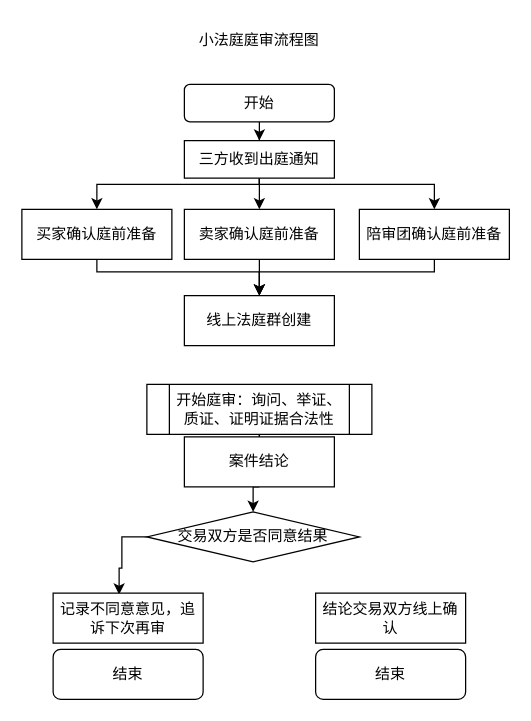
The draw.io diagram 小法庭庭审流程图.drawio in kokyjoky/testRealm, before the edit. Source tidied: cells renumbered, new cells numbered last; positions are measured from the earlier drawing's top-left corner, leaving out a move shared by most shapes. Both pictures are drawn from the tidied source at 125%, with x=0, y=0 at pixel (21, 21).
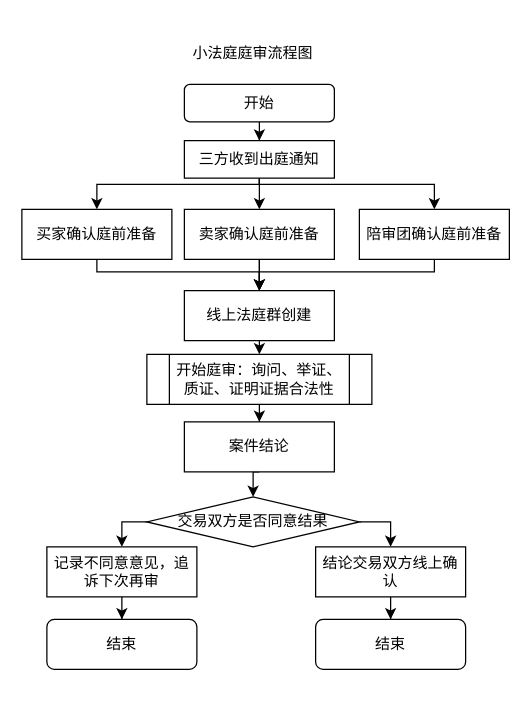
After the change.

Commit message (it also covers changes not shown here):
更新小法庭庭审流程图.drawio

Unchanged cells that the change refers to:
```xml
<mxCell id="10" value="卖家确认庭前准备" style="rounded=0;whiteSpace=wrap;html=1;" parent="1" vertex="1">
  <mxGeometry x="130" y="150" width="120" height="40" as="geometry" />
</mxCell>
```

Diff of the diagram source:
```diff
@@
     <mxCell id="4" value="小法庭庭审流程图" style="text;html=1;strokeColor=none;fillColor=none;align=center;verticalAlign=middle;whiteSpace=wrap;rounded=0;" parent="1" vertex="1">
-      <mxGeometry x="125" width="130" height="30" as="geometry" />
+      <mxGeometry x="120" y="10" width="130" height="30" as="geometry" />
     </mxCell>
@@
+    <mxCell id="26" style="edgeStyle=orthogonalEdgeStyle;rounded=0;jettySize=auto;html=1;" parent="1" edge="1" source="10" target="17">
+      <mxGeometry relative="1" as="geometry" />
+    </mxCell>
@@
     <mxCell id="15" value="线上法庭群创建" style="rounded=0;whiteSpace=wrap;html=1;" parent="1" vertex="1">
-      <mxGeometry x="130" y="219" width="120" height="40" as="geometry" />
+      <mxGeometry x="130" y="215" width="120" height="40" as="geometry" />
     </mxCell>
@@
     <mxCell id="17" value="开始庭审：询问、举证、质证、证明证据合法性" style="shape=process;whiteSpace=wrap;html=1;backgroundOutline=1;" parent="1" vertex="1">
-      <mxGeometry x="100" y="290" width="180" height="40" as="geometry" />
+      <mxGeometry x="100" y="266" width="180" height="40" as="geometry" />
     </mxCell>
     <mxCell id="18" style="edgeStyle=orthogonalEdgeStyle;rounded=0;orthogonalLoop=1;jettySize=auto;html=1;entryX=0.5;entryY=0;entryDx=0;entryDy=0;" parent="1" edge="1">
       <mxGeometry relative="1" as="geometry">
-        <mxPoint x="190" y="372" as="sourcePoint" />
-        <mxPoint x="185" y="392" as="targetPoint" />
+        <mxPoint x="190" y="360" as="sourcePoint" />
+        <mxPoint x="185" y="380" as="targetPoint" />
       </mxGeometry>
     </mxCell>
     <mxCell id="19" value="案件结论" style="rounded=0;whiteSpace=wrap;html=1;" parent="1" vertex="1">
-      <mxGeometry x="130" y="332" width="120" height="40" as="geometry" />
+      <mxGeometry x="130" y="320" width="120" height="40" as="geometry" />
     </mxCell>
-    <mxCell id="20" style="edgeStyle=orthogonalEdgeStyle;rounded=0;jettySize=auto;html=1;entryX=0.44;entryY=0.03;entryDx=0;entryDy=0;entryPerimeter=0;" parent="1" edge="1" source="21" target="22">
+    <mxCell id="20" style="edgeStyle=orthogonalEdgeStyle;rounded=0;jettySize=auto;html=1;entryX=0.5;entryY=0;entryDx=0;entryDy=0;" parent="1" edge="1" source="21" target="22">
       <mxGeometry relative="1" as="geometry">
         <Array as="points">
-          <mxPoint x="80" y="412" />
-          <mxPoint x="80" y="437" />
-          <mxPoint x="78" y="437" />
+          <mxPoint x="80" y="400" />
         </Array>
       </mxGeometry>
     </mxCell>
+    <mxCell id="27" style="edgeStyle=orthogonalEdgeStyle;rounded=0;jettySize=auto;html=1;" parent="1" edge="1" source="21" target="23">
+      <mxGeometry relative="1" as="geometry">
+        <Array as="points">
+          <mxPoint x="290" y="400" />
+          <mxPoint x="290" y="400" />
+          <mxPoint x="295" y="400" />
+        </Array>
+      </mxGeometry>
+    </mxCell>
     <mxCell id="21" value="交易双方是否同意结果" style="rhombus;whiteSpace=wrap;html=1;" parent="1" vertex="1">
-      <mxGeometry x="100" y="392" width="170" height="40" as="geometry" />
+      <mxGeometry x="100" y="380" width="170" height="40" as="geometry" />
     </mxCell>
+    <mxCell id="28" style="edgeStyle=orthogonalEdgeStyle;rounded=0;jettySize=auto;html=1;entryX=0.5;entryY=0;entryDx=0;entryDy=0;" parent="1" edge="1" source="22" target="25">
+      <mxGeometry relative="1" as="geometry" />
+    </mxCell>
     <mxCell id="22" value="记录不同意意见，追诉下次再审" style="rounded=0;whiteSpace=wrap;html=1;" parent="1" vertex="1">
-      <mxGeometry x="25" y="457" width="120" height="40" as="geometry" />
+      <mxGeometry x="20" y="420" width="120" height="40" as="geometry" />
     </mxCell>
+    <mxCell id="29" style="edgeStyle=orthogonalEdgeStyle;rounded=0;jettySize=auto;html=1;entryX=0.5;entryY=0;entryDx=0;entryDy=0;" parent="1" edge="1" source="23" target="24">
+      <mxGeometry relative="1" as="geometry" />
+    </mxCell>
     <mxCell id="23" value="结论交易双方线上确认" style="rounded=0;whiteSpace=wrap;html=1;" parent="1" vertex="1">
-      <mxGeometry x="235" y="457" width="120" height="40" as="geometry" />
+      <mxGeometry x="235" y="420" width="120" height="40" as="geometry" />
     </mxCell>
     <mxCell id="24" value="结束" style="rounded=1;whiteSpace=wrap;html=1;" parent="1" vertex="1">
-      <mxGeometry x="235" y="502" width="120" height="40" as="geometry" />
+      <mxGeometry x="235" y="478" width="120" height="40" as="geometry" />
     </mxCell>
     <mxCell id="25" value="结束" style="rounded=1;whiteSpace=wrap;html=1;" parent="1" vertex="1">
-      <mxGeometry x="25" y="502" width="120" height="40" as="geometry" />
+      <mxGeometry x="20" y="478" width="120" height="40" as="geometry" />
     </mxCell>
```
